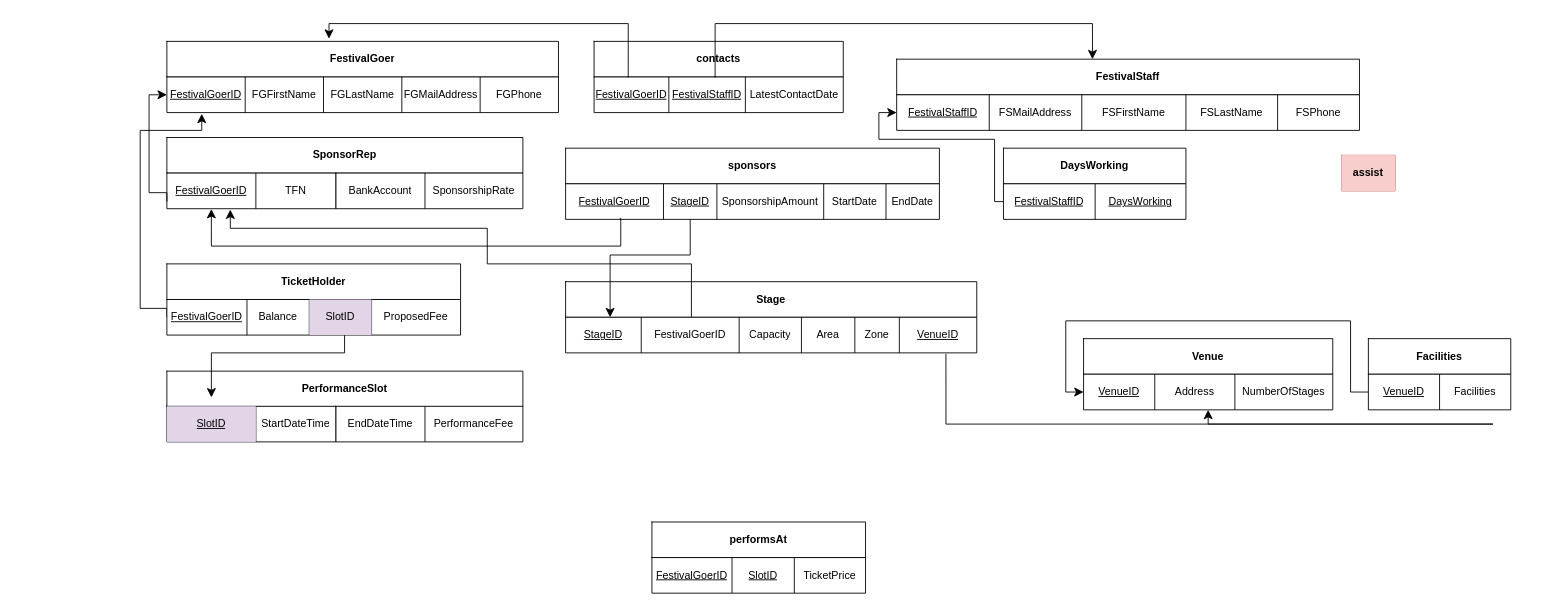
Above: Untitled Diagram.drawio in beewairy/SchemaDiagram_Asg1 (draw.io), before the change. Source tidied: cells renumbered, new cells numbered last; positions are measured from the earlier drawing's top-left corner, leaving out a move shared by most shapes. Both pictures are drawn from the tidied source at 89%, with x=0, y=0 at pixel (140, 23).
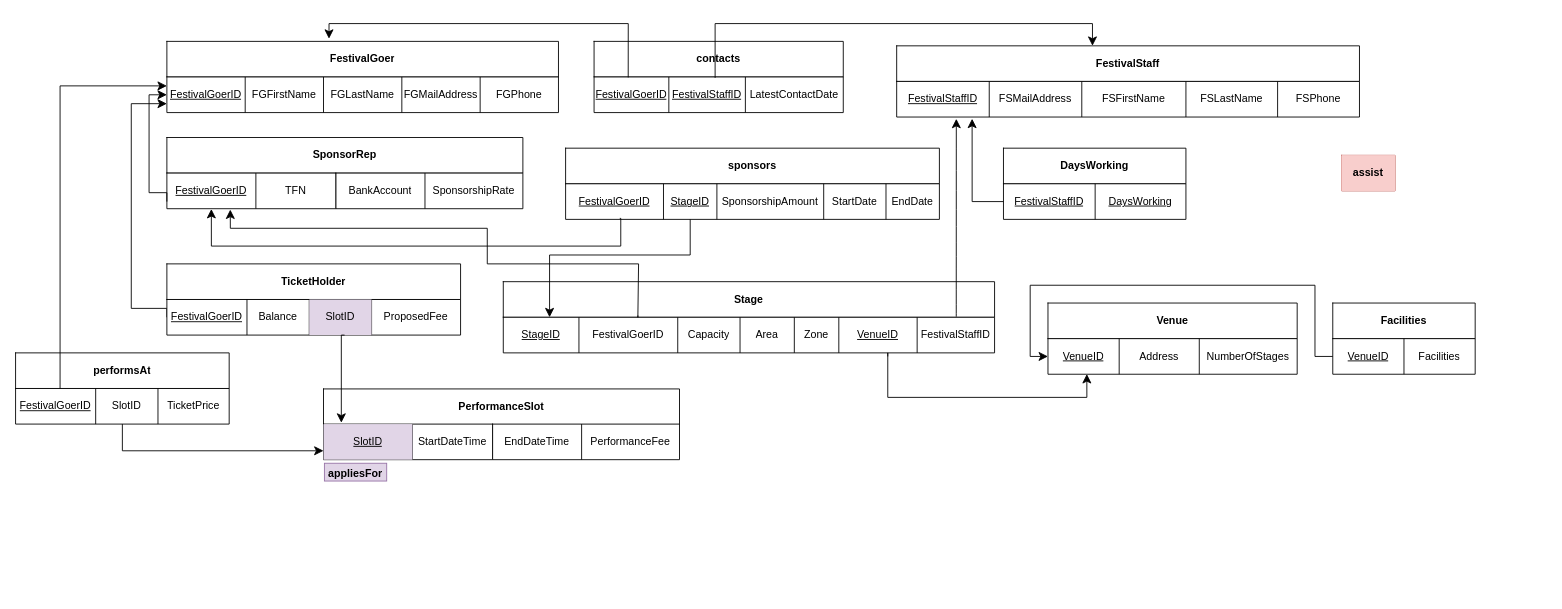
After the change.

The change refers to these unchanged cells:
```xml
<mxCell id="7" style="shape=tableRow;horizontal=0;startSize=0;swimlaneHead=0;swimlaneBody=0;strokeColor=inherit;top=0;left=0;bottom=0;right=0;fillColor=none;points=[[0,0.5],[1,0.5]];portConstraint=eastwest;" parent="6" vertex="1">
  <mxGeometry width="440" height="40" as="geometry" />
</mxCell>
<mxCell id="18" style="shape=tableRow;horizontal=0;startSize=0;swimlaneHead=0;swimlaneBody=0;strokeColor=inherit;top=0;left=0;bottom=0;right=0;fillColor=none;points=[[0,0.5],[1,0.5]];portConstraint=eastwest;" parent="17" vertex="1">
  <mxGeometry width="190" height="40" as="geometry" />
</mxCell>
<mxCell id="30" style="shape=tableRow;horizontal=0;startSize=0;swimlaneHead=0;swimlaneBody=0;strokeColor=inherit;top=0;left=0;bottom=0;right=0;fillColor=none;points=[[0,0.5],[1,0.5]];portConstraint=eastwest;" parent="29" vertex="1">
  <mxGeometry width="280" height="40" as="geometry" />
</mxCell>
<mxCell id="57" style="shape=tableRow;horizontal=0;startSize=0;swimlaneHead=0;swimlaneBody=0;strokeColor=inherit;top=0;left=0;bottom=0;right=0;fillColor=none;points=[[0,0.5],[1,0.5]];portConstraint=eastwest;" parent="56" vertex="1">
  <mxGeometry width="400" height="40" as="geometry" />
</mxCell>
<mxCell id="59" style="shape=table;startSize=0;childLayout=tableLayout;" parent="55" vertex="1">
  <mxGeometry y="40" width="190" height="40" as="geometry" />
</mxCell>
<mxCell id="67" style="group;" parent="1" vertex="1">
  <mxGeometry x="478" y="140" width="420" height="80" as="geometry" />
</mxCell>
<mxCell id="96" style="shape=tableRow;horizontal=0;startSize=0;swimlaneHead=0;swimlaneBody=0;strokeColor=inherit;top=0;left=0;bottom=0;right=0;fillColor=none;points=[[0,0.5],[1,0.5]];portConstraint=eastwest;" parent="95" vertex="1">
  <mxGeometry width="520" height="40" as="geometry" />
</mxCell>
<mxCell id="108" style="shape=tableRow;horizontal=0;startSize=0;swimlaneHead=0;swimlaneBody=0;strokeColor=inherit;top=0;left=0;bottom=0;right=0;fillColor=none;points=[[0,0.5],[1,0.5]];portConstraint=eastwest;" parent="107" vertex="1">
  <mxGeometry width="205" height="40" as="geometry" />
</mxCell>
<mxCell id="120" style="shape=tableRow;horizontal=0;startSize=0;swimlaneHead=0;swimlaneBody=0;strokeColor=inherit;top=0;left=0;bottom=0;right=0;fillColor=none;points=[[0,0.5],[1,0.5]];portConstraint=eastwest;" parent="119" vertex="1">
  <mxGeometry width="330" height="40" as="geometry" />
</mxCell>
<mxCell id="134" style="shape=tableRow;horizontal=0;startSize=0;swimlaneHead=0;swimlaneBody=0;strokeColor=inherit;top=0;left=0;bottom=0;right=0;fillColor=none;" parent="133" vertex="1">
  <mxGeometry width="240" height="40" as="geometry" />
</mxCell>
```

Change to the diagram source:
```diff
@@
     <mxCell id="25" style="group;" parent="1" vertex="1">
-      <mxGeometry x="1060" y="354" width="520" height="80" as="geometry" />
+      <mxGeometry x="1020" y="314" width="520" height="80" as="geometry" />
     </mxCell>
@@
     <mxCell id="43" style="group;" parent="1" vertex="1">
-      <mxGeometry x="440" y="290" width="552" height="80" as="geometry" />
+      <mxGeometry x="370" y="290" width="590" height="80" as="geometry" />
     </mxCell>
     <mxCell id="44" style="shape=table;startSize=0;childLayout=tableLayout;" parent="43" vertex="1">
-      <mxGeometry x="38" width="462" height="40" as="geometry" />
+      <mxGeometry x="38" width="552" height="40" as="geometry" />
     </mxCell>
     <mxCell id="45" style="shape=tableRow;horizontal=0;startSize=0;swimlaneHead=0;swimlaneBody=0;strokeColor=inherit;top=0;left=0;bottom=0;right=0;fillColor=none;points=[[0,0.5],[1,0.5]];portConstraint=eastwest;" parent="44" vertex="1">
-      <mxGeometry width="462" height="40" as="geometry" />
+      <mxGeometry width="552" height="40" as="geometry" />
     </mxCell>
     <mxCell id="46" value="&lt;b&gt;Stage&lt;/b&gt;" style="shape=partialRectangle;html=1;whiteSpace=wrap;strokeColor=inherit;overflow=hidden;fillColor=none;top=0;left=0;bottom=0;right=0;" parent="45" vertex="1">
-      <mxGeometry width="462" height="40" as="geometry" />
+      <mxGeometry width="552" height="40" as="geometry" />
     </mxCell>
     <mxCell id="47" style="shape=table;startSize=0;childLayout=tableLayout;" parent="43" vertex="1">
-      <mxGeometry x="38" y="40" width="462" height="40" as="geometry" />
+      <mxGeometry x="38" y="40" width="552" height="40" as="geometry" />
     </mxCell>
     <mxCell id="48" style="shape=tableRow;horizontal=0;startSize=0;swimlaneHead=0;swimlaneBody=0;strokeColor=inherit;top=0;left=0;bottom=0;right=0;fillColor=none;points=[[0,0.5],[1,0.5]];portConstraint=eastwest;" parent="47" vertex="1">
-      <mxGeometry width="462" height="40" as="geometry" />
+      <mxGeometry width="552" height="40" as="geometry" />
     </mxCell>
@@
     <mxCell id="50" value="FestivalGoerID" style="shape=partialRectangle;html=1;whiteSpace=wrap;strokeColor=inherit;overflow=hidden;fillColor=none;top=0;left=0;bottom=0;right=0;" parent="48" vertex="1">
-      <mxGeometry x="85" width="110" height="40" as="geometry" />
+      <mxGeometry x="85" width="111" height="40" as="geometry" />
     </mxCell>
     <mxCell id="51" value="Capacity" style="shape=partialRectangle;html=1;whiteSpace=wrap;strokeColor=inherit;overflow=hidden;fillColor=none;top=0;left=0;bottom=0;right=0;" parent="48" vertex="1">
-      <mxGeometry x="195" width="70" height="40" as="geometry" />
+      <mxGeometry x="196" width="70" height="40" as="geometry" />
     </mxCell>
     <mxCell id="52" value="Area" style="shape=partialRectangle;html=1;whiteSpace=wrap;strokeColor=inherit;overflow=hidden;fillColor=none;top=0;left=0;bottom=0;right=0;" parent="48" vertex="1">
-      <mxGeometry x="265" width="60" height="40" as="geometry" />
+      <mxGeometry x="266" width="61" height="40" as="geometry" />
     </mxCell>
     <mxCell id="53" value="Zone" style="shape=partialRectangle;html=1;whiteSpace=wrap;strokeColor=inherit;overflow=hidden;fillColor=none;top=0;left=0;bottom=0;right=0;" parent="48" vertex="1">
-      <mxGeometry x="325" width="50" height="40" as="geometry" />
+      <mxGeometry x="327" width="50" height="40" as="geometry" />
     </mxCell>
     <mxCell id="54" value="&lt;u&gt;VenueID&lt;/u&gt;" style="shape=partialRectangle;html=1;whiteSpace=wrap;strokeColor=inherit;overflow=hidden;fillColor=none;top=0;left=0;bottom=0;right=0;" parent="48" vertex="1">
-      <mxGeometry x="375" width="87" height="40" as="geometry" />
+      <mxGeometry x="377" width="88" height="40" as="geometry" />
     </mxCell>
+    <mxCell id="138" value="FestivalStaffID" style="shape=partialRectangle;html=1;whiteSpace=wrap;strokeColor=inherit;overflow=hidden;fillColor=none;top=0;left=0;bottom=0;right=0;" parent="48" vertex="1">
+      <mxGeometry x="465" width="87" height="40" as="geometry" />
+    </mxCell>
     <mxCell id="55" style="group;" parent="1" vertex="1">
-      <mxGeometry x="30" y="390" width="400" height="80" as="geometry" />
+      <mxGeometry x="206" y="410" width="400" height="80" as="geometry" />
     </mxCell>
@@
     <mxCell id="78" style="edgeStyle=segmentEdgeStyle;endArrow=classic;html=1;curved=0;rounded=0;endSize=8;startSize=8;sourcePerimeterSpacing=0;targetPerimeterSpacing=0;fontSize=12;exitX=0.137;exitY=1.013;exitDx=0;exitDy=0;exitPerimeter=0;" parent="67" edge="1" target="48">
       <mxGeometry relative="1" as="geometry">
         <mxPoint x="140" y="80" as="sourcePoint" />
         <Array as="points">
           <mxPoint x="140" y="120" />
-          <mxPoint x="50" y="120" />
+          <mxPoint x="-18" y="120" />
         </Array>
       </mxGeometry>
     </mxCell>
@@
-    <mxCell id="80" style="edgeStyle=segmentEdgeStyle;endArrow=classic;html=1;curved=0;rounded=0;endSize=8;startSize=8;sourcePerimeterSpacing=0;targetPerimeterSpacing=0;fontSize=12;entryX=0.089;entryY=1.034;entryDx=0;entryDy=0;entryPerimeter=0;exitX=0;exitY=0.5;exitDx=0;exitDy=0;" parent="1" edge="1" source="120" target="7">
+    <mxCell id="80" style="edgeStyle=segmentEdgeStyle;endArrow=classic;html=1;curved=0;rounded=0;endSize=8;startSize=8;sourcePerimeterSpacing=0;targetPerimeterSpacing=0;fontSize=12;exitX=0;exitY=0.5;exitDx=0;exitDy=0;" parent="1" edge="1" source="120" target="7">
       <mxGeometry relative="1" as="geometry">
         <Array as="points">
           <mxPoint x="30" y="320" />
-          <mxPoint y="320" />
-          <mxPoint y="120" />
-          <mxPoint x="69" y="120" />
+          <mxPoint x="-10" y="320" />
+          <mxPoint x="-10" y="90" />
         </Array>
       </mxGeometry>
     </mxCell>
@@
     <mxCell id="91" style="group;" parent="1" vertex="1">
-      <mxGeometry x="850" y="40" width="520" height="80" as="geometry" />
+      <mxGeometry x="850" y="25" width="520" height="80" as="geometry" />
     </mxCell>
@@
-    <mxCell id="102" style="edgeStyle=segmentEdgeStyle;endArrow=classic;html=1;curved=0;rounded=0;endSize=8;startSize=8;sourcePerimeterSpacing=0;targetPerimeterSpacing=0;fontSize=12;entryX=0;entryY=0.5;entryDx=0;entryDy=0;exitX=0;exitY=0.5;exitDx=0;exitDy=0;" parent="1" edge="1" source="108" target="96">
-      <mxGeometry relative="1" as="geometry">
-        <Array as="points">
-          <mxPoint x="960" y="200" />
-          <mxPoint x="960" y="130" />
-          <mxPoint x="830" y="130" />
-          <mxPoint x="830" y="100" />
-        </Array>
-      </mxGeometry>
-    </mxCell>
@@
-    <mxCell id="125" style="edgeStyle=segmentEdgeStyle;endArrow=classic;html=1;curved=0;rounded=0;endSize=8;startSize=8;sourcePerimeterSpacing=0;targetPerimeterSpacing=0;fontSize=12;exitX=0.605;exitY=1.001;exitDx=0;exitDy=0;exitPerimeter=0;" parent="1" edge="1" source="120">
-      <mxGeometry relative="1" as="geometry">
-        <mxPoint x="80" y="420" as="targetPoint" />
-        <Array as="points">
-          <mxPoint x="230" y="370" />
-          <mxPoint x="80" y="370" />
-        </Array>
-      </mxGeometry>
+    <mxCell id="125" style="edgeStyle=segmentEdgeStyle;endArrow=classic;html=1;curved=0;rounded=0;endSize=8;startSize=8;sourcePerimeterSpacing=0;targetPerimeterSpacing=0;fontSize=12;exitX=0.605;exitY=1.001;exitDx=0;exitDy=0;exitPerimeter=0;entryX=0.05;entryY=0.949;entryDx=0;entryDy=0;entryPerimeter=0;" parent="1" edge="1" source="120" target="57">
+      <mxGeometry relative="1" as="geometry" />
     </mxCell>
-    <mxCell id="126" style="edgeStyle=segmentEdgeStyle;endArrow=classic;html=1;curved=0;rounded=0;endSize=8;startSize=8;sourcePerimeterSpacing=0;targetPerimeterSpacing=0;fontSize=12;exitX=0.925;exitY=1.028;exitDx=0;exitDy=0;exitPerimeter=0;" parent="1" edge="1" source="48" target="30">
+    <mxCell id="126" style="edgeStyle=segmentEdgeStyle;endArrow=classic;html=1;curved=0;rounded=0;endSize=8;startSize=8;sourcePerimeterSpacing=0;targetPerimeterSpacing=0;fontSize=12;entryX=0.156;entryY=0.995;entryDx=0;entryDy=0;entryPerimeter=0;" parent="1" edge="1" target="30">
       <mxGeometry relative="1" as="geometry">
+        <mxPoint x="840" y="374" as="sourcePoint" />
         <Array as="points">
-          <mxPoint x="1520" y="450" />
-          <mxPoint x="590" y="450" />
+          <mxPoint x="840" y="370" />
+          <mxPoint x="840" y="420" />
+          <mxPoint x="1064" y="420" />
         </Array>
       </mxGeometry>
     </mxCell>
@@
-    <mxCell id="128" style="edgeStyle=segmentEdgeStyle;endArrow=classic;html=1;curved=0;rounded=0;endSize=8;startSize=8;sourcePerimeterSpacing=0;targetPerimeterSpacing=0;fontSize=12;entryX=0.375;entryY=1.025;entryDx=0;entryDy=0;entryPerimeter=0;exitX=0.306;exitY=0.987;exitDx=0;exitDy=0;exitPerimeter=0;" parent="1" edge="1" source="45" target="18">
+    <mxCell id="128" style="edgeStyle=segmentEdgeStyle;endArrow=classic;html=1;curved=0;rounded=0;endSize=8;startSize=8;sourcePerimeterSpacing=0;targetPerimeterSpacing=0;fontSize=12;entryX=0.375;entryY=1.025;entryDx=0;entryDy=0;entryPerimeter=0;exitX=0.274;exitY=-0.05;exitDx=0;exitDy=0;exitPerimeter=0;" parent="1" edge="1" source="48" target="18">
       <mxGeometry relative="1" as="geometry">
         <Array as="points">
-          <mxPoint x="619" y="270" />
+          <mxPoint x="559" y="330" />
+          <mxPoint x="560" y="330" />
+          <mxPoint x="560" y="270" />
           <mxPoint x="390" y="270" />
           <mxPoint x="390" y="230" />
           <mxPoint x="101" y="230" />
         </Array>
       </mxGeometry>
     </mxCell>
     <mxCell id="129" style="group;" parent="1" vertex="1">
-      <mxGeometry x="575" y="560" width="240" height="80" as="geometry" />
+      <mxGeometry x="-140" y="370" width="240" height="80" as="geometry" />
     </mxCell>
@@
-    <mxCell id="136" value="&lt;u&gt;SlotID&lt;/u&gt;" style="shape=partialRectangle;html=1;whiteSpace=wrap;strokeColor=inherit;overflow=hidden;fillColor=none;top=0;left=0;bottom=0;right=0;" parent="134" vertex="1">
+    <mxCell id="136" value="SlotID" style="shape=partialRectangle;html=1;whiteSpace=wrap;strokeColor=inherit;overflow=hidden;fillColor=none;top=0;left=0;bottom=0;right=0;" parent="134" vertex="1">
       <mxGeometry x="90" width="70" height="40" as="geometry" />
     </mxCell>
@@
+    <mxCell id="139" style="edgeStyle=segmentEdgeStyle;endArrow=classic;html=1;curved=0;rounded=0;endSize=8;startSize=8;sourcePerimeterSpacing=0;targetPerimeterSpacing=0;fontSize=12;entryX=0;entryY=0.75;entryDx=0;entryDy=0;" parent="129" edge="1" target="59">
+      <mxGeometry relative="1" as="geometry">
+        <mxPoint x="120" y="80" as="sourcePoint" />
+        <Array as="points">
+          <mxPoint x="120" y="110" />
+        </Array>
+      </mxGeometry>
+    </mxCell>
+    <mxCell id="140" value="&lt;font style=&quot;font-size: 12px;&quot;&gt;&lt;b&gt;appliesFor&lt;/b&gt;&lt;/font&gt;" style="text;strokeColor=#9673a6;fillColor=#e1d5e7;html=1;align=center;verticalAlign=middle;whiteSpace=wrap;rounded=0;fontSize=16;" parent="1" vertex="1">
+      <mxGeometry x="207" y="494" width="70" height="20" as="geometry" />
+    </mxCell>
+    <mxCell id="141" style="edgeStyle=segmentEdgeStyle;endArrow=classic;html=1;curved=0;rounded=0;endSize=8;startSize=8;sourcePerimeterSpacing=0;targetPerimeterSpacing=0;fontSize=12;" parent="1" edge="1">
+      <mxGeometry relative="1" as="geometry">
+        <mxPoint x="-90" y="410" as="sourcePoint" />
+        <mxPoint x="30" y="70" as="targetPoint" />
+        <Array as="points">
+          <mxPoint x="-90" y="70" />
+        </Array>
+      </mxGeometry>
+    </mxCell>
+    <mxCell id="142" style="edgeStyle=none;jettySize=auto;html=1;rounded=0;fontSize=12;startSize=8;endSize=8;curved=1;exitX=0.922;exitY=-0.017;exitDx=0;exitDy=0;exitPerimeter=0;" parent="1" edge="1" source="48">
+      <mxGeometry relative="1" as="geometry">
+        <mxPoint x="917" y="107" as="targetPoint" />
+      </mxGeometry>
+    </mxCell>
+    <mxCell id="102" style="edgeStyle=segmentEdgeStyle;endArrow=classic;html=1;curved=0;rounded=0;endSize=8;startSize=8;sourcePerimeterSpacing=0;targetPerimeterSpacing=0;fontSize=12;exitX=0;exitY=0.5;exitDx=0;exitDy=0;entryX=0.163;entryY=1.048;entryDx=0;entryDy=0;entryPerimeter=0;" parent="1" edge="1" source="108" target="96">
+      <mxGeometry relative="1" as="geometry">
+        <Array as="points">
+          <mxPoint x="935" y="200" />
+        </Array>
+      </mxGeometry>
+    </mxCell>
```
